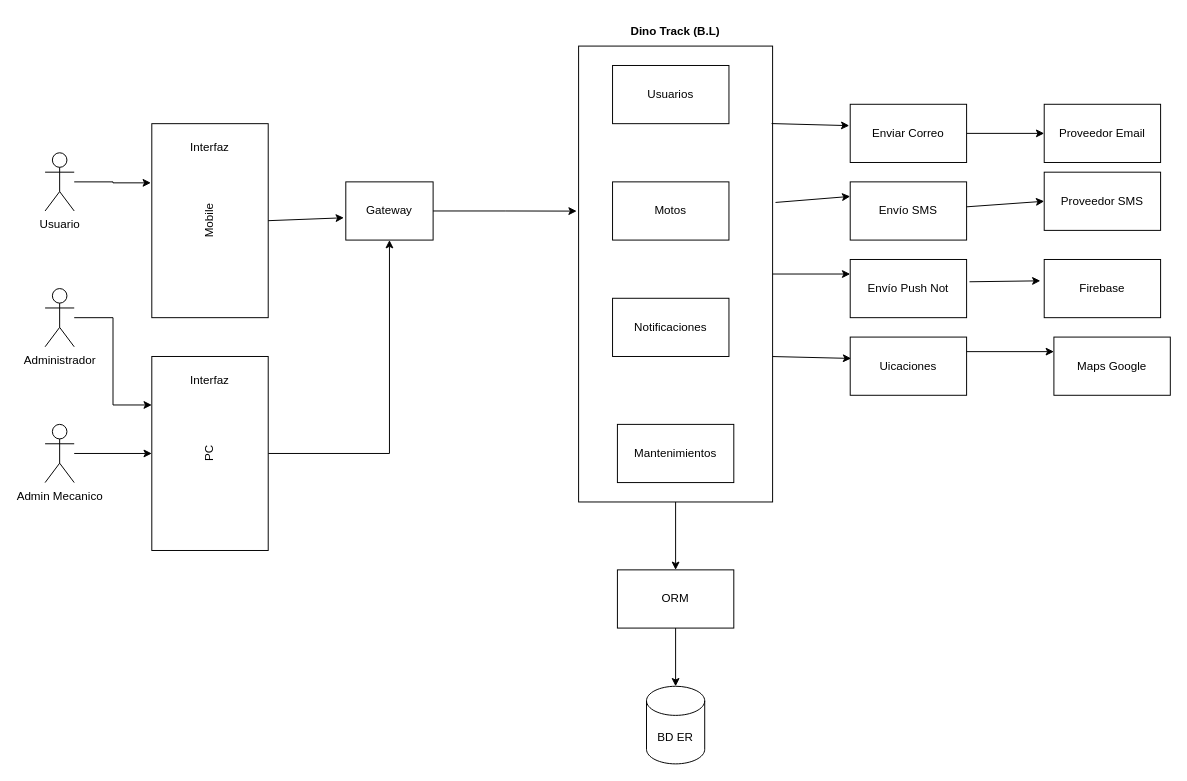
Before: page "Diagrama de Arquitectura" (7 of 7) of EntregaRequisitos.drawio in david-med/archivos, a draw.io diagram. Source tidied: cells renumbered, new cells numbered last; positions are measured from the earlier drawing's top-left corner, leaving out a move shared by most shapes. Both pictures are drawn from the tidied source at 97%, with x=0, y=0 at pixel (45, 16).
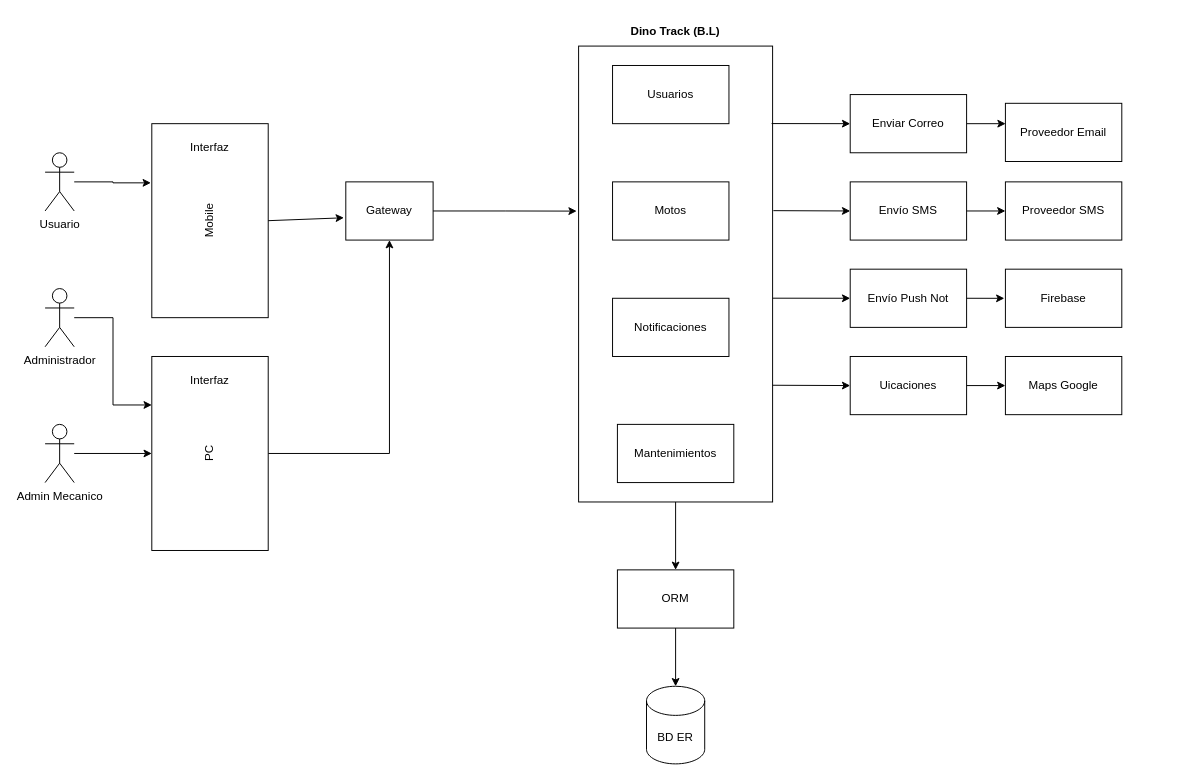
The same page after the edit.

The change refers to these unchanged cells:
```xml
<mxCell id="2" style="rounded=0;whiteSpace=wrap;html=1;" parent="1" vertex="1">
  <mxGeometry x="550" y="30" width="200" height="470" as="geometry" />
</mxCell>
<mxCell id="16" value="Envío SMS" style="rounded=0;whiteSpace=wrap;html=1;" parent="1" vertex="1">
  <mxGeometry x="830" y="170" width="120" height="60" as="geometry" />
</mxCell>
```

Change to the diagram source:
```diff
@@
-    <mxCell id="8" style="edgeStyle=orthogonalEdgeStyle;rounded=0;jettySize=auto;html=1;" parent="1" edge="1" source="9" target="41">
+    <mxCell id="8" style="edgeStyle=orthogonalEdgeStyle;rounded=0;jettySize=auto;html=1;exitX=1;exitY=0.5;exitDx=0;exitDy=0;entryX=0.002;entryY=0.35;entryDx=0;entryDy=0;entryPerimeter=0;" parent="1" edge="1" source="9" target="41">
       <mxGeometry relative="1" as="geometry" />
     </mxCell>
     <mxCell id="9" value="Enviar Correo" style="rounded=0;whiteSpace=wrap;html=1;" parent="1" vertex="1">
-      <mxGeometry x="830" y="90" width="120" height="60" as="geometry" />
+      <mxGeometry x="830" y="80" width="120" height="60" as="geometry" />
     </mxCell>
@@
     <mxCell id="13" value="Firebase" style="rounded=0;whiteSpace=wrap;html=1;" parent="1" vertex="1">
-      <mxGeometry x="1030" y="250" width="120" height="60" as="geometry" />
+      <mxGeometry x="990" y="260" width="120" height="60" as="geometry" />
     </mxCell>
     <mxCell id="14" value="Uicaciones" style="rounded=0;whiteSpace=wrap;html=1;" parent="1" vertex="1">
-      <mxGeometry x="830" y="330" width="120" height="60" as="geometry" />
+      <mxGeometry x="830" y="350" width="120" height="60" as="geometry" />
     </mxCell>
     <mxCell id="15" value="Envío Push Not" style="rounded=0;whiteSpace=wrap;html=1;" parent="1" vertex="1">
-      <mxGeometry x="830" y="250" width="120" height="60" as="geometry" />
+      <mxGeometry x="830" y="260" width="120" height="60" as="geometry" />
     </mxCell>
@@
-    <mxCell id="17" style="endArrow=classic;html=1;rounded=0;exitX=1;exitY=0.25;exitDx=0;exitDy=0;entryX=0;entryY=0.25;entryDx=0;entryDy=0;" parent="1" edge="1" source="14" target="39">
+    <mxCell id="17" style="endArrow=classic;html=1;rounded=0;exitX=1;exitY=0.5;exitDx=0;exitDy=0;entryX=0;entryY=0.5;entryDx=0;entryDy=0;" parent="1" edge="1" source="14" target="39">
       <mxGeometry relative="1" as="geometry" />
     </mxCell>
-    <mxCell id="18" style="endArrow=classic;html=1;rounded=0;entryX=0;entryY=0.5;entryDx=0;entryDy=0;" parent="1" edge="1" source="16" target="40">
+    <mxCell id="18" style="endArrow=classic;html=1;rounded=0;entryX=0;entryY=0.5;entryDx=0;entryDy=0;exitX=1;exitY=0.5;exitDx=0;exitDy=0;" parent="1" edge="1" source="16" target="40">
       <mxGeometry relative="1" as="geometry" />
     </mxCell>
-    <mxCell id="19" style="endArrow=classic;html=1;rounded=0;exitX=1.025;exitY=0.383;exitDx=0;exitDy=0;exitPerimeter=0;entryX=-0.033;entryY=0.367;entryDx=0;entryDy=0;entryPerimeter=0;" parent="1" edge="1" source="15" target="13">
+    <mxCell id="19" style="endArrow=classic;html=1;rounded=0;exitX=1;exitY=0.5;exitDx=0;exitDy=0;entryX=-0.009;entryY=0.501;entryDx=0;entryDy=0;entryPerimeter=0;" parent="1" edge="1" source="15" target="13">
       <mxGeometry relative="1" as="geometry" />
     </mxCell>
-    <mxCell id="20" style="endArrow=classic;html=1;rounded=0;exitX=1;exitY=0.681;exitDx=0;exitDy=0;exitPerimeter=0;entryX=0.008;entryY=0.367;entryDx=0;entryDy=0;entryPerimeter=0;" parent="1" edge="1" source="2" target="14">
+    <mxCell id="20" style="endArrow=classic;html=1;rounded=0;exitX=1;exitY=0.744;exitDx=0;exitDy=0;exitPerimeter=0;entryX=0;entryY=0.5;entryDx=0;entryDy=0;" parent="1" edge="1" source="2" target="14">
       <mxGeometry relative="1" as="geometry" />
     </mxCell>
-    <mxCell id="21" style="endArrow=classic;html=1;rounded=0;exitX=1;exitY=0.5;exitDx=0;exitDy=0;entryX=0;entryY=0.25;entryDx=0;entryDy=0;" parent="1" edge="1" source="2" target="15">
+    <mxCell id="21" style="endArrow=classic;html=1;rounded=0;exitX=1;exitY=0.553;exitDx=0;exitDy=0;entryX=0;entryY=0.5;entryDx=0;entryDy=0;exitPerimeter=0;" parent="1" edge="1" source="2" target="15">
       <mxGeometry relative="1" as="geometry" />
     </mxCell>
-    <mxCell id="22" style="endArrow=classic;html=1;rounded=0;exitX=1.015;exitY=0.343;exitDx=0;exitDy=0;exitPerimeter=0;entryX=0;entryY=0.25;entryDx=0;entryDy=0;" parent="1" edge="1" source="2" target="16">
+    <mxCell id="22" style="endArrow=classic;html=1;rounded=0;exitX=1.004;exitY=0.361;exitDx=0;exitDy=0;exitPerimeter=0;entryX=0;entryY=0.5;entryDx=0;entryDy=0;" parent="1" edge="1" source="2" target="16">
       <mxGeometry relative="1" as="geometry" />
     </mxCell>
-    <mxCell id="23" style="endArrow=classic;html=1;rounded=0;exitX=0.995;exitY=0.17;exitDx=0;exitDy=0;exitPerimeter=0;entryX=-0.008;entryY=0.367;entryDx=0;entryDy=0;entryPerimeter=0;" parent="1" edge="1" source="2" target="9">
+    <mxCell id="23" style="endArrow=classic;html=1;rounded=0;exitX=0.995;exitY=0.17;exitDx=0;exitDy=0;exitPerimeter=0;entryX=0;entryY=0.5;entryDx=0;entryDy=0;" parent="1" edge="1" source="2" target="9">
       <mxGeometry relative="1" as="geometry" />
     </mxCell>
@@
     <mxCell id="39" value="Maps Google" style="rounded=0;whiteSpace=wrap;html=1;" parent="1" vertex="1">
-      <mxGeometry x="1040" y="330" width="120" height="60" as="geometry" />
+      <mxGeometry x="990" y="350" width="120" height="60" as="geometry" />
     </mxCell>
     <mxCell id="40" value="Proveedor SMS" style="rounded=0;whiteSpace=wrap;html=1;" parent="1" vertex="1">
-      <mxGeometry x="1030" y="160" width="120" height="60" as="geometry" />
+      <mxGeometry x="990" y="170" width="120" height="60" as="geometry" />
     </mxCell>
     <mxCell id="41" value="Proveedor Email" style="rounded=0;whiteSpace=wrap;html=1;" parent="1" vertex="1">
-      <mxGeometry x="1030" y="90" width="120" height="60" as="geometry" />
+      <mxGeometry x="990" y="89" width="120" height="60" as="geometry" />
     </mxCell>
```
